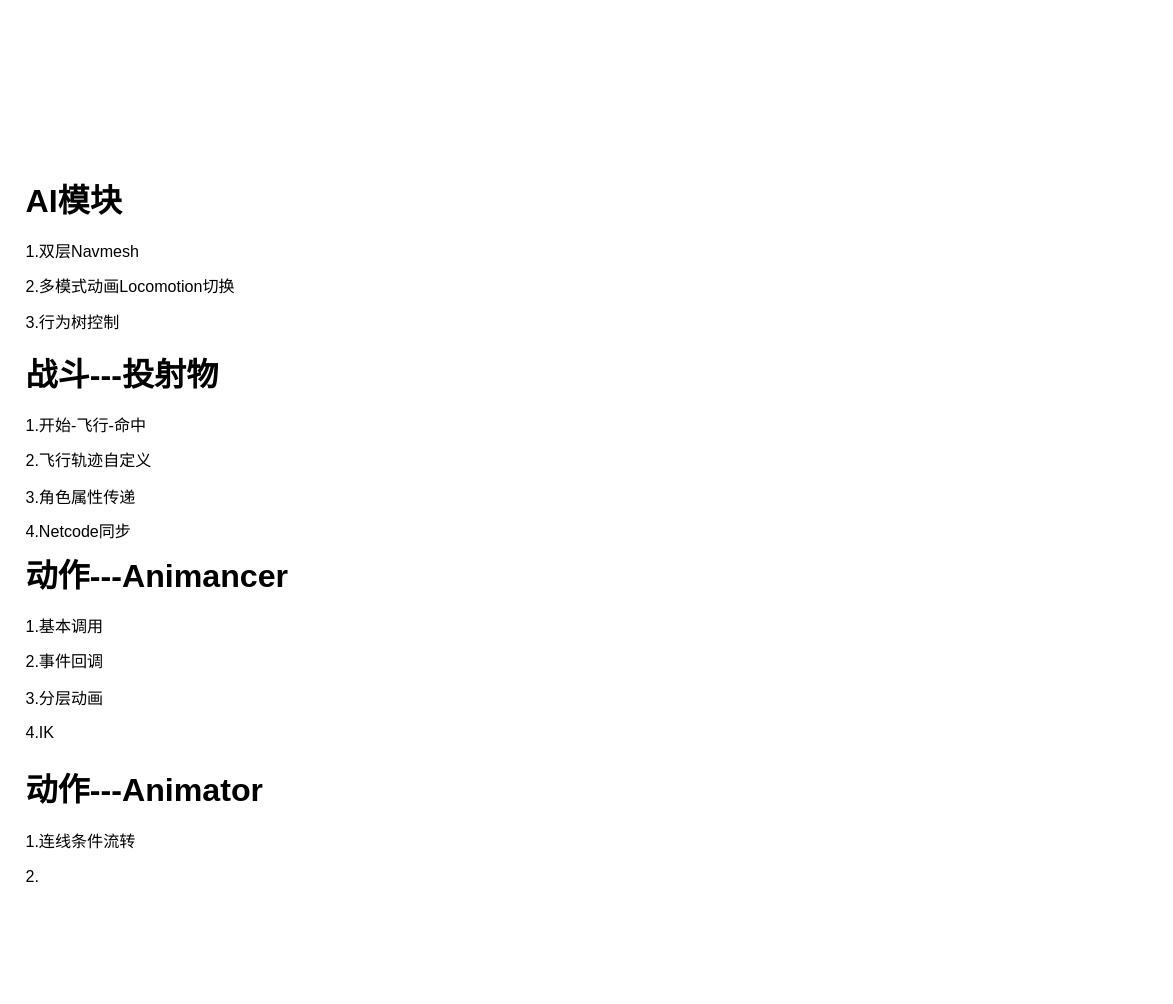
Above: SG_ToDo.drawio in AIRYEAH/DrawIO (draw.io), before the change. Source tidied: cells renumbered, new cells numbered last; positions are measured from the earlier drawing's top-left corner, leaving out a move shared by most shapes. Both pictures are drawn from the tidied source at 134%, with x=0, y=0 at pixel (23, 173).
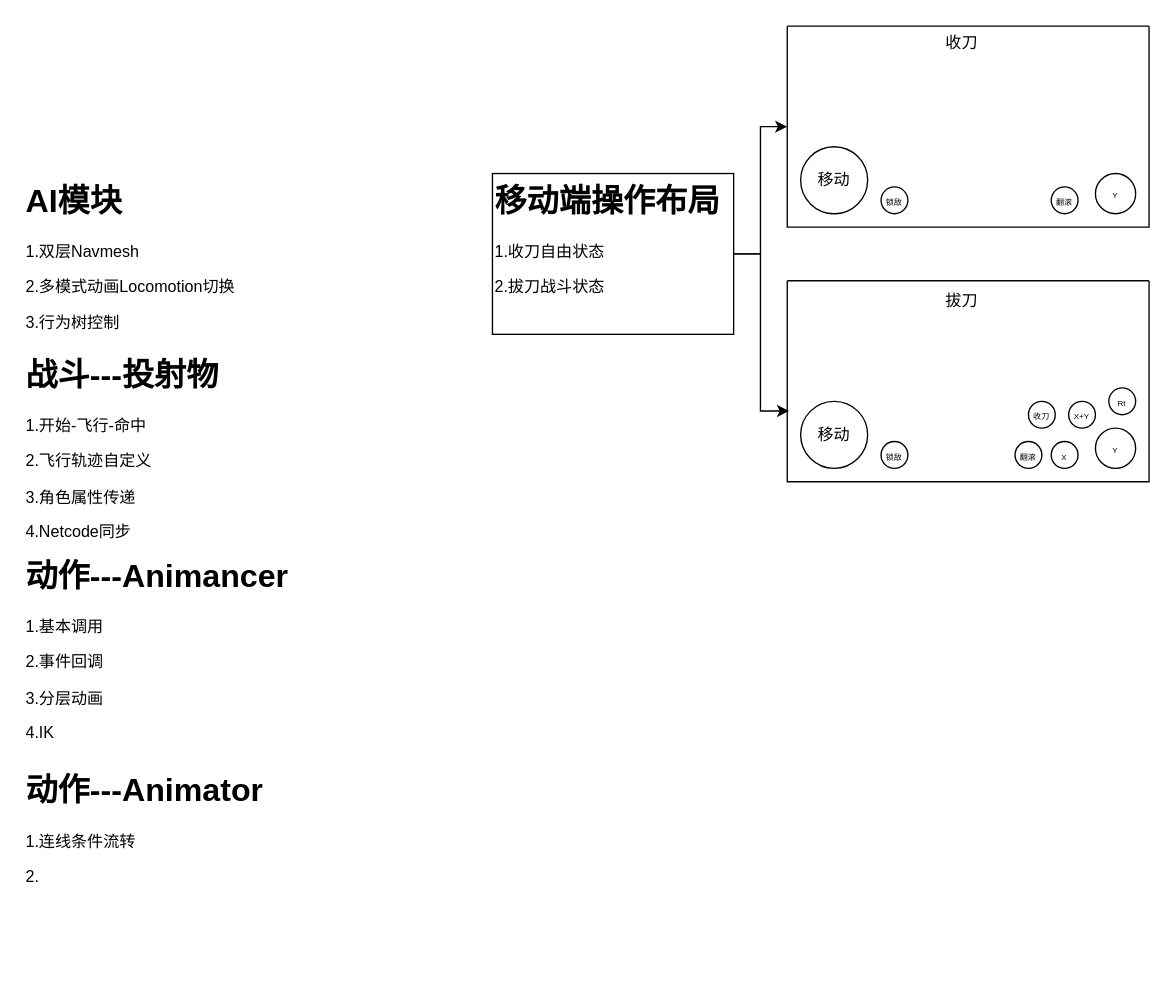
The same diagram, later.

Commit message (it also covers changes not shown here):
SG移动端布局

What changed in the source:
```diff
@@
+    <mxCell id="6" style="edgeStyle=orthogonalEdgeStyle;rounded=0;jettySize=auto;html=1;" parent="1" edge="1" source="7" target="8">
+      <mxGeometry relative="1" as="geometry" />
+    </mxCell>
+    <mxCell id="7" value="&lt;h1 style=&quot;margin-top: 0px;&quot;&gt;移动端操作布局&lt;/h1&gt;&lt;p&gt;1.收刀自由状&lt;span style=&quot;background-color: transparent; color: light-dark(rgb(0, 0, 0), rgb(255, 255, 255));&quot;&gt;态&lt;/span&gt;&lt;/p&gt;&lt;p&gt;2.拔刀战斗状态&lt;/p&gt;" style="text;html=1;whiteSpace=wrap;overflow=hidden;rounded=0;strokeColor=default;" parent="1" vertex="1">
+      <mxGeometry x="350" width="180" height="120" as="geometry" />
+    </mxCell>
+    <mxCell id="8" style="swimlane;startSize=0;" parent="1" vertex="1">
+      <mxGeometry x="570" y="-110" width="270" height="150" as="geometry" />
+    </mxCell>
+    <mxCell id="9" value="移动" style="ellipse;whiteSpace=wrap;html=1;" parent="8" vertex="1">
+      <mxGeometry x="10" y="90" width="50" height="50" as="geometry" />
+    </mxCell>
+    <mxCell id="10" value="&lt;font style=&quot;font-size: 6px;&quot;&gt;锁敌&lt;/font&gt;" style="ellipse;whiteSpace=wrap;html=1;" parent="8" vertex="1">
+      <mxGeometry x="70" y="120" width="20" height="20" as="geometry" />
+    </mxCell>
+    <mxCell id="11" value="&lt;font style=&quot;font-size: 6px;&quot;&gt;Y&lt;/font&gt;" style="ellipse;whiteSpace=wrap;html=1;" parent="8" vertex="1">
+      <mxGeometry x="230" y="110" width="30" height="30" as="geometry" />
+    </mxCell>
+    <mxCell id="12" value="&lt;font style=&quot;font-size: 6px;&quot;&gt;翻滚&lt;/font&gt;" style="ellipse;whiteSpace=wrap;html=1;" parent="8" vertex="1">
+      <mxGeometry x="197" y="120" width="20" height="20" as="geometry" />
+    </mxCell>
+    <mxCell id="13" style="swimlane;startSize=0;" parent="1" vertex="1">
+      <mxGeometry x="570" y="80" width="270" height="150" as="geometry" />
+    </mxCell>
+    <mxCell id="14" value="拔刀" style="text;html=1;align=center;verticalAlign=middle;strokeColor=none;fillColor=none;" parent="13" vertex="1">
+      <mxGeometry x="105" width="50" height="30" as="geometry" />
+    </mxCell>
+    <mxCell id="15" value="移动" style="ellipse;whiteSpace=wrap;html=1;" parent="13" vertex="1">
+      <mxGeometry x="10" y="90" width="50" height="50" as="geometry" />
+    </mxCell>
+    <mxCell id="16" value="&lt;font style=&quot;font-size: 6px;&quot;&gt;锁敌&lt;/font&gt;" style="ellipse;whiteSpace=wrap;html=1;" parent="13" vertex="1">
+      <mxGeometry x="70" y="120" width="20" height="20" as="geometry" />
+    </mxCell>
+    <mxCell id="17" value="&lt;font style=&quot;font-size: 6px;&quot;&gt;翻滚&lt;/font&gt;" style="ellipse;whiteSpace=wrap;html=1;" parent="13" vertex="1">
+      <mxGeometry x="170" y="120" width="20" height="20" as="geometry" />
+    </mxCell>
+    <mxCell id="18" value="&lt;span style=&quot;font-size: 6px;&quot;&gt;X&lt;/span&gt;" style="ellipse;whiteSpace=wrap;html=1;" parent="13" vertex="1">
+      <mxGeometry x="197" y="120" width="20" height="20" as="geometry" />
+    </mxCell>
+    <mxCell id="19" value="&lt;font style=&quot;font-size: 6px;&quot;&gt;Y&lt;/font&gt;" style="ellipse;whiteSpace=wrap;html=1;" parent="13" vertex="1">
+      <mxGeometry x="230" y="110" width="30" height="30" as="geometry" />
+    </mxCell>
+    <mxCell id="20" value="&lt;font style=&quot;font-size: 6px;&quot;&gt;X+Y&lt;/font&gt;" style="ellipse;whiteSpace=wrap;html=1;" parent="13" vertex="1">
+      <mxGeometry x="210" y="90" width="20" height="20" as="geometry" />
+    </mxCell>
+    <mxCell id="21" value="&lt;font style=&quot;font-size: 6px;&quot;&gt;Rt&lt;/font&gt;" style="ellipse;whiteSpace=wrap;html=1;" parent="13" vertex="1">
+      <mxGeometry x="240" y="80" width="20" height="20" as="geometry" />
+    </mxCell>
+    <mxCell id="22" value="&lt;span style=&quot;font-size: 6px;&quot;&gt;收刀&lt;/span&gt;" style="ellipse;whiteSpace=wrap;html=1;" parent="13" vertex="1">
+      <mxGeometry x="180" y="90" width="20" height="20" as="geometry" />
+    </mxCell>
+    <mxCell id="23" style="edgeStyle=orthogonalEdgeStyle;rounded=0;jettySize=auto;html=1;entryX=0.005;entryY=0.648;entryDx=0;entryDy=0;entryPerimeter=0;" parent="1" edge="1" source="7" target="13">
+      <mxGeometry relative="1" as="geometry" />
+    </mxCell>
+    <mxCell id="24" value="收刀" style="text;html=1;align=center;verticalAlign=middle;strokeColor=none;fillColor=none;" parent="1" vertex="1">
+      <mxGeometry x="675" y="-112" width="50" height="30" as="geometry" />
+    </mxCell>
```
